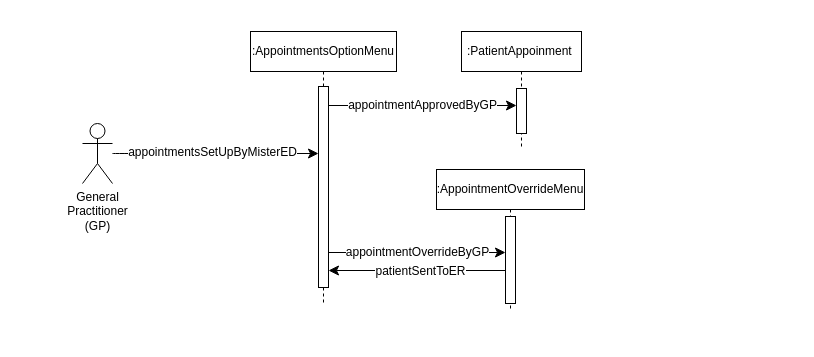
Before: AmirWork/M2/GP_SequenceDiagram.drawio in SENG-350-2024-fall/Team9, a draw.io diagram. Source tidied: cells renumbered, new cells numbered last; positions are measured from the earlier drawing's top-left corner, leaving out a move shared by most shapes. Both pictures are drawn from the tidied source at 100%, with x=0, y=0 at pixel (82, 31).
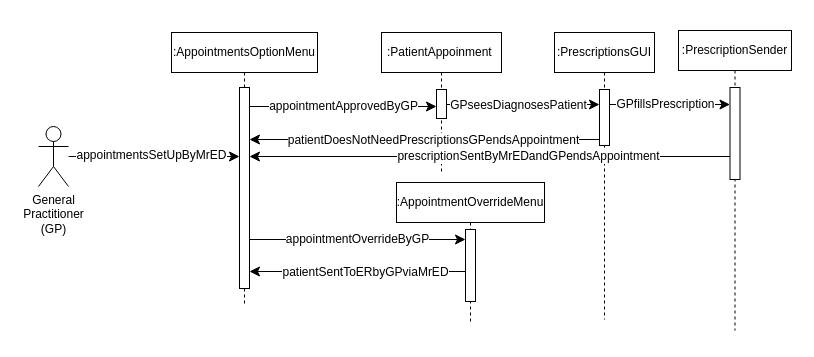
After the change.

The change refers to these unchanged cells:
```xml
<mxCell id="3" style="html=1;points=[];perimeter=orthogonalPerimeter;outlineConnect=0;targetShapes=umlLifeline;portConstraint=eastwest;newEdgeStyle={&quot;edgeStyle&quot;:&quot;elbowEdgeStyle&quot;,&quot;elbow&quot;:&quot;vertical&quot;,&quot;curved&quot;:0,&quot;rounded&quot;:0};" parent="2" vertex="1">
  <mxGeometry x="68" y="55" width="10" height="201" as="geometry" />
</mxCell>
```

What changed in the source:
```diff
@@
+    <mxCell id="14" style="rounded=0;whiteSpace=wrap;html=1;strokeColor=none;" parent="1" vertex="1">
+      <mxGeometry x="590.5" y="-14" width="124" height="323" as="geometry" />
+    </mxCell>
+    <mxCell id="15" style="rounded=0;whiteSpace=wrap;html=1;strokeColor=none;" parent="1" vertex="1">
+      <mxGeometry x="-65" y="-1" width="124" height="214" as="geometry" />
+    </mxCell>
     <mxCell id="2" value=":AppointmentsOptionMenu" style="shape=umlLifeline;perimeter=lifelinePerimeter;whiteSpace=wrap;html=1;newEdgeStyle={&quot;edgeStyle&quot;:&quot;elbowEdgeStyle&quot;,&quot;elbow&quot;:&quot;vertical&quot;,&quot;curved&quot;:0,&quot;rounded&quot;:0};" parent="1" vertex="1">
-      <mxGeometry x="168" width="146" height="274" as="geometry" />
+      <mxGeometry x="89" y="1" width="146" height="274" as="geometry" />
     </mxCell>
@@
     <mxCell id="4" value=":PatientAppoinment&amp;nbsp;" style="shape=umlLifeline;perimeter=lifelinePerimeter;whiteSpace=wrap;html=1;newEdgeStyle={&quot;edgeStyle&quot;:&quot;elbowEdgeStyle&quot;,&quot;elbow&quot;:&quot;vertical&quot;,&quot;curved&quot;:0,&quot;rounded&quot;:0};" parent="1" vertex="1">
-      <mxGeometry x="379" width="120" height="115" as="geometry" />
+      <mxGeometry x="299" y="1" width="120" height="141" as="geometry" />
     </mxCell>
     <mxCell id="5" style="html=1;points=[];perimeter=orthogonalPerimeter;outlineConnect=0;targetShapes=umlLifeline;portConstraint=eastwest;newEdgeStyle={&quot;edgeStyle&quot;:&quot;elbowEdgeStyle&quot;,&quot;elbow&quot;:&quot;vertical&quot;,&quot;curved&quot;:0,&quot;rounded&quot;:0};" parent="4" vertex="1">
-      <mxGeometry x="55" y="57" width="10" height="45" as="geometry" />
+      <mxGeometry x="55" y="57" width="10" height="29" as="geometry" />
     </mxCell>
-    <mxCell id="6" value="appointmentsSetUpByMisterED" style="edgeStyle=none;curved=1;rounded=0;jettySize=auto;html=1;fontSize=12;startSize=8;endSize=8;" parent="1" edge="1" source="7" target="3">
+    <mxCell id="6" value="appointmentsSetUpByMrED" style="edgeStyle=none;curved=1;rounded=0;jettySize=auto;html=1;fontSize=12;startSize=8;endSize=8;" parent="1" edge="1" source="7" target="3">
       <mxGeometry x="-0.03" y="1" relative="1" as="geometry" />
     </mxCell>
     <mxCell id="7" value="&lt;span style=&quot;font-size: 12px;&quot;&gt;General&lt;/span&gt;&lt;div&gt;&lt;span style=&quot;font-size: 12px;&quot;&gt;Practitioner&lt;/span&gt;&lt;br&gt;&lt;/div&gt;&lt;div&gt;&lt;span style=&quot;font-size: 12px;&quot;&gt;(GP)&lt;/span&gt;&lt;/div&gt;" style="shape=umlActor;verticalLabelPosition=bottom;verticalAlign=top;html=1;outlineConnect=0;" parent="1" vertex="1">
-      <mxGeometry y="92" width="30" height="60" as="geometry" />
+      <mxGeometry x="-44" y="95" width="30" height="60" as="geometry" />
     </mxCell>
     <mxCell id="8" value=":AppointmentOverrideMenu" style="shape=umlLifeline;perimeter=lifelinePerimeter;whiteSpace=wrap;html=1;newEdgeStyle={&quot;edgeStyle&quot;:&quot;elbowEdgeStyle&quot;,&quot;elbow&quot;:&quot;vertical&quot;,&quot;curved&quot;:0,&quot;rounded&quot;:0};" parent="1" vertex="1">
-      <mxGeometry x="354" y="138" width="148" height="142" as="geometry" />
+      <mxGeometry x="314" y="151" width="148" height="142" as="geometry" />
     </mxCell>
     <mxCell id="9" style="html=1;points=[];perimeter=orthogonalPerimeter;outlineConnect=0;targetShapes=umlLifeline;portConstraint=eastwest;newEdgeStyle={&quot;edgeStyle&quot;:&quot;elbowEdgeStyle&quot;,&quot;elbow&quot;:&quot;vertical&quot;,&quot;curved&quot;:0,&quot;rounded&quot;:0};" parent="8" vertex="1">
-      <mxGeometry x="69" y="47" width="10" height="87" as="geometry" />
+      <mxGeometry x="69" y="47" width="10" height="72" as="geometry" />
     </mxCell>
     <mxCell id="10" value="appointmentOverrideByGP" style="edgeStyle=elbowEdgeStyle;curved=0;rounded=0;jettySize=auto;html=1;elbow=vertical;fontSize=12;startSize=8;endSize=8;" parent="1" edge="1" source="3" target="9">
-      <mxGeometry relative="1" as="geometry" />
+      <mxGeometry relative="1" as="geometry">
+        <Array as="points">
+          <mxPoint x="275" y="208" />
+        </Array>
+      </mxGeometry>
     </mxCell>
     <mxCell id="11" style="edgeStyle=elbowEdgeStyle;curved=0;rounded=0;jettySize=auto;html=1;elbow=vertical;fontSize=12;startSize=8;endSize=8;" parent="1" edge="1" source="9" target="3">
       <mxGeometry relative="1" as="geometry">
         <Array as="points">
-          <mxPoint x="318" y="239" />
+          <mxPoint x="239" y="240" />
         </Array>
       </mxGeometry>
     </mxCell>
-    <mxCell id="12" value="patientSentToER" style="edgeLabel;html=1;align=center;verticalAlign=middle;fontSize=12;" parent="11" vertex="1">
+    <mxCell id="12" value="patientSentToERbyGPviaMrED" style="edgeLabel;html=1;align=center;verticalAlign=middle;fontSize=12;" parent="11" vertex="1">
       <mxGeometry x="-0.24" relative="1" as="geometry">
         <mxPoint x="-19" as="offset" />
       </mxGeometry>
     </mxCell>
     <mxCell id="13" value="appointmentApprovedByGP" style="edgeStyle=elbowEdgeStyle;curved=0;rounded=0;jettySize=auto;html=1;elbow=vertical;fontSize=12;startSize=8;endSize=8;" parent="1" edge="1" source="3" target="5">
       <mxGeometry relative="1" as="geometry">
         <Array as="points">
-          <mxPoint x="370" y="74" />
+          <mxPoint x="291" y="75" />
         </Array>
       </mxGeometry>
     </mxCell>
+    <mxCell id="16" value=":PrescriptionsGUI" style="shape=umlLifeline;perimeter=lifelinePerimeter;whiteSpace=wrap;html=1;newEdgeStyle={&quot;edgeStyle&quot;:&quot;elbowEdgeStyle&quot;,&quot;elbow&quot;:&quot;vertical&quot;,&quot;curved&quot;:0,&quot;rounded&quot;:0};" parent="1" vertex="1">
+      <mxGeometry x="472" y="1" width="100" height="287" as="geometry" />
+    </mxCell>
+    <mxCell id="17" style="html=1;points=[];perimeter=orthogonalPerimeter;outlineConnect=0;targetShapes=umlLifeline;portConstraint=eastwest;newEdgeStyle={&quot;edgeStyle&quot;:&quot;elbowEdgeStyle&quot;,&quot;elbow&quot;:&quot;vertical&quot;,&quot;curved&quot;:0,&quot;rounded&quot;:0};" parent="16" vertex="1">
+      <mxGeometry x="45" y="57" width="10" height="56" as="geometry" />
+    </mxCell>
+    <mxCell id="18" style="edgeStyle=elbowEdgeStyle;curved=0;rounded=0;jettySize=auto;html=1;elbow=vertical;fontSize=12;startSize=8;endSize=8;" parent="1" edge="1" source="5" target="17">
+      <mxGeometry relative="1" as="geometry">
+        <Array as="points">
+          <mxPoint x="442" y="73" />
+        </Array>
+      </mxGeometry>
+    </mxCell>
+    <mxCell id="19" value="GPseesDiagnosesPatient" style="edgeLabel;html=1;align=center;verticalAlign=middle;fontSize=12;" parent="18" vertex="1">
+      <mxGeometry x="0.39" y="1" relative="1" as="geometry">
+        <mxPoint x="-35" y="1" as="offset" />
+      </mxGeometry>
+    </mxCell>
+    <mxCell id="20" style="edgeStyle=elbowEdgeStyle;curved=0;rounded=0;jettySize=auto;html=1;elbow=vertical;fontSize=12;startSize=8;endSize=8;" parent="1" edge="1" source="17" target="3">
+      <mxGeometry relative="1" as="geometry">
+        <Array as="points">
+          <mxPoint x="343" y="108" />
+        </Array>
+      </mxGeometry>
+    </mxCell>
+    <mxCell id="21" value="patientDoesNotNeedPrescriptionsGPendsAppointment" style="edgeLabel;html=1;align=center;verticalAlign=middle;fontSize=12;" parent="20" vertex="1">
+      <mxGeometry x="-0.14" relative="1" as="geometry">
+        <mxPoint x="-16" as="offset" />
+      </mxGeometry>
+    </mxCell>
+    <mxCell id="22" value=":PrescriptionSender" style="shape=umlLifeline;perimeter=lifelinePerimeter;whiteSpace=wrap;html=1;newEdgeStyle={&quot;edgeStyle&quot;:&quot;elbowEdgeStyle&quot;,&quot;elbow&quot;:&quot;vertical&quot;,&quot;curved&quot;:0,&quot;rounded&quot;:0};" parent="1" vertex="1">
+      <mxGeometry x="596" y="-1" width="113" height="300" as="geometry" />
+    </mxCell>
+    <mxCell id="23" style="html=1;points=[];perimeter=orthogonalPerimeter;outlineConnect=0;targetShapes=umlLifeline;portConstraint=eastwest;newEdgeStyle={&quot;edgeStyle&quot;:&quot;elbowEdgeStyle&quot;,&quot;elbow&quot;:&quot;vertical&quot;,&quot;curved&quot;:0,&quot;rounded&quot;:0};" parent="22" vertex="1">
+      <mxGeometry x="51.5" y="57" width="10" height="92" as="geometry" />
+    </mxCell>
+    <mxCell id="24" style="edgeStyle=elbowEdgeStyle;curved=0;rounded=0;jettySize=auto;html=1;elbow=vertical;fontSize=12;startSize=8;endSize=8;" parent="1" edge="1" source="17" target="23">
+      <mxGeometry relative="1" as="geometry">
+        <Array as="points">
+          <mxPoint x="582" y="73" />
+        </Array>
+      </mxGeometry>
+    </mxCell>
+    <mxCell id="25" value="GPfillsPrescription" style="edgeLabel;html=1;align=center;verticalAlign=middle;fontSize=12;" parent="24" vertex="1">
+      <mxGeometry x="-0.15" y="-1" relative="1" as="geometry">
+        <mxPoint x="4" y="-2" as="offset" />
+      </mxGeometry>
+    </mxCell>
+    <mxCell id="26" style="edgeStyle=elbowEdgeStyle;curved=0;rounded=0;jettySize=auto;html=1;elbow=vertical;fontSize=12;startSize=8;endSize=8;" parent="1" edge="1" source="23" target="3">
+      <mxGeometry relative="1" as="geometry">
+        <Array as="points">
+          <mxPoint x="412" y="125" />
+        </Array>
+      </mxGeometry>
+    </mxCell>
+    <mxCell id="27" value="prescriptionSentByMrEDandGPendsAppointment" style="edgeLabel;html=1;align=center;verticalAlign=middle;fontSize=12;" parent="26" vertex="1">
+      <mxGeometry x="-0.16" y="-1" relative="1" as="geometry" />
+    </mxCell>
```
